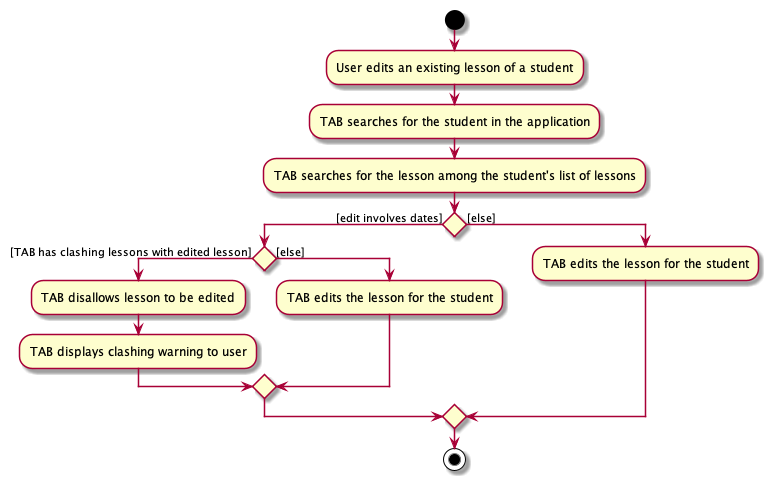
nus-cs2103-AY2122S1/tp keeps this PlantUML diagram as docs/images/LessonEditActivityDiagram.png. Above is the earlier version. The source it was exported from:
```plantuml
@startuml

start
:User edits an existing lesson of a student;

:TAB searches for the student in the application;

:TAB searches for the lesson among the student's list of lessons;

if () then ([edit involves dates])

  if () then ([TAB has clashing lessons with edited lesson])
    :TAB disallows lesson to be edited;
    :TAB displays clashing warning to user;
  else ([else])
    :TAB edits the lesson for the student;
  endif

else ([else])
  :TAB edits the lesson for the student;

endif

stop

@enduml
```
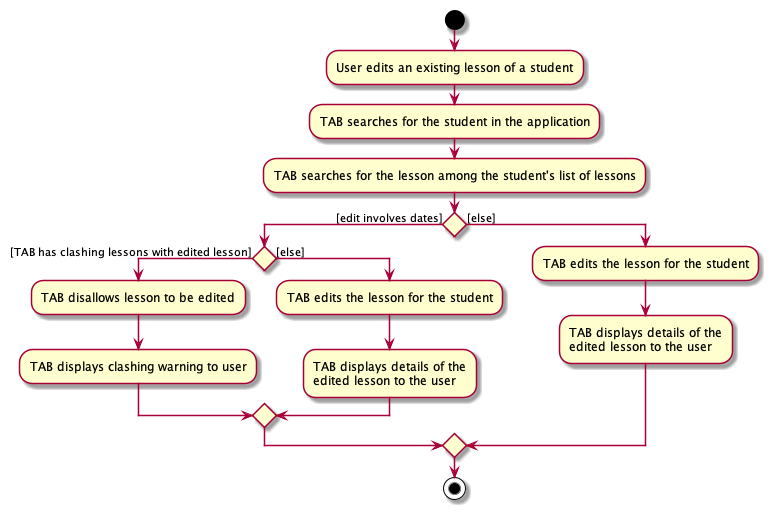
Later version of the same file.

What changed in the source:
```diff
@@ -14,10 +14,14 @@
     :TAB displays clashing warning to user;
   else ([else])
     :TAB edits the lesson for the student;
+    :TAB displays details of the
+    edited lesson to the user;
   endif
 
 else ([else])
   :TAB edits the lesson for the student;
+  :TAB displays details of the
+  edited lesson to the user;
 
 endif
 
```
